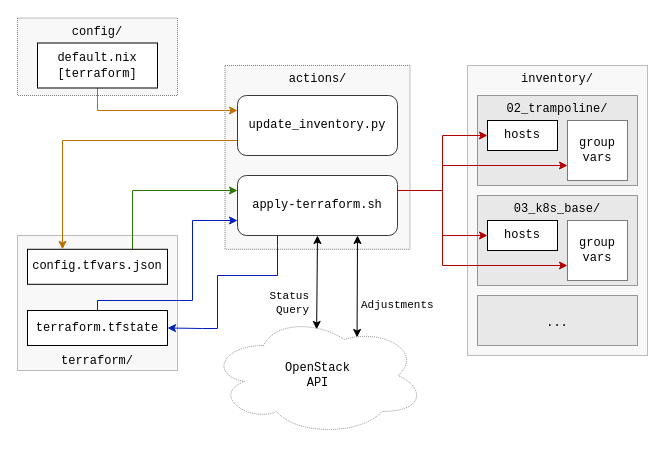
alasca-association/tarook keeps this draw.io diagram as docs/img/apply-terraform.drawio. Above is the earlier version. Source tidied: cells renumbered, new cells numbered last; positions are measured from the earlier drawing's top-left corner, leaving out a move shared by most shapes. Both pictures are drawn from the tidied source at 100%, with x=0, y=0 at pixel (17, 17).
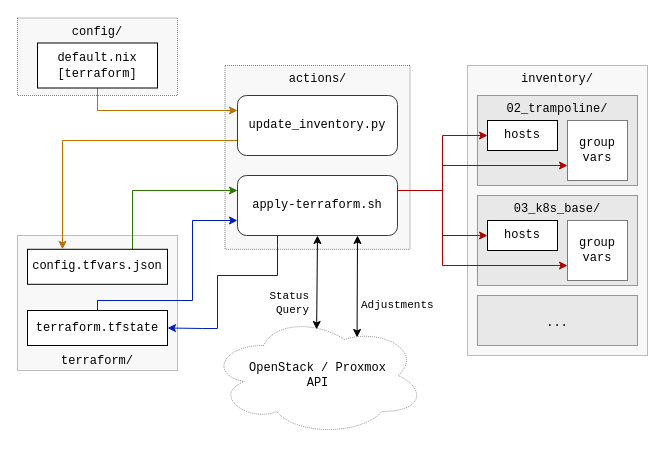
The same page after the edit.

Diff of the diagram source:
```diff
@@
-    <mxCell id="21" value="OpenStack&lt;br&gt;API" style="ellipse;shape=cloud;whiteSpace=wrap;html=1;dashed=1;dashPattern=1 1;fontFamily=Courier New;verticalAlign=middle;opacity=40;fillColor=#FFFFFF;" parent="1" vertex="1">
+    <mxCell id="21" value="OpenStack / Proxmox&lt;br&gt;API" style="ellipse;shape=cloud;whiteSpace=wrap;html=1;dashed=1;dashPattern=1 1;fontFamily=Courier New;verticalAlign=middle;opacity=40;fillColor=#FFFFFF;" parent="1" vertex="1">
       <mxGeometry x="192.5" y="298" width="215" height="120" as="geometry" />
     </mxCell>
```
